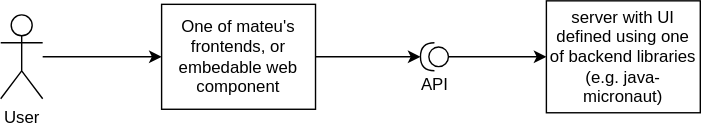
miguelperezcolom/mateu keeps this draw.io diagram as doc/static/images/arch-overall-1.svg. Above is the earlier version. Source tidied: cells renumbered, new cells last; positions are measured from the earlier drawing's top-left corner, leaving out a move shared by most shapes.
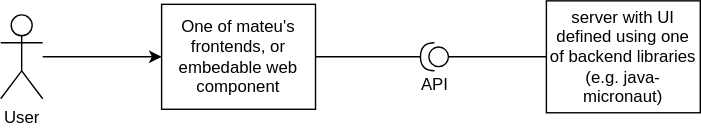
The same diagram one commit later.

What changed in the source:
```diff
@@ -8,7 +8,7 @@
     <mxCell id="3" value="User" style="shape=umlActor;verticalLabelPosition=bottom;verticalAlign=top;html=1;" parent="1" vertex="1">
       <mxGeometry y="10" width="30" height="60" as="geometry" />
     </mxCell>
-    <mxCell id="4" style="edgeStyle=orthogonalEdgeStyle;rounded=0;jettySize=auto;html=1;" parent="1" edge="1" source="5" target="8">
+    <mxCell id="4" style="edgeStyle=orthogonalEdgeStyle;rounded=0;jettySize=auto;html=1;endArrow=none;startFill=0;" parent="1" edge="1" source="5" target="8">
       <mxGeometry relative="1" as="geometry" />
     </mxCell>
     <mxCell id="5" value="One of mateu's frontends, or embedable web component" style="html=1;whiteSpace=wrap;" parent="1" vertex="1">
@@ -17,7 +17,7 @@
     <mxCell id="6" value="server with UI defined using one of backend libraries (e.g. java-micronaut)" style="html=1;whiteSpace=wrap;" parent="1" vertex="1">
       <mxGeometry x="390" width="110" height="80" as="geometry" />
     </mxCell>
-    <mxCell id="7" style="edgeStyle=orthogonalEdgeStyle;rounded=0;jettySize=auto;html=1;" parent="1" edge="1" source="8" target="6">
+    <mxCell id="7" style="edgeStyle=orthogonalEdgeStyle;rounded=0;jettySize=auto;html=1;endArrow=none;startFill=0;" parent="1" edge="1" source="8" target="6">
       <mxGeometry relative="1" as="geometry" />
     </mxCell>
     <mxCell id="8" value="API" style="shape=providedRequiredInterface;html=1;verticalLabelPosition=bottom;sketch=0;flipH=1;" parent="1" vertex="1">
```
